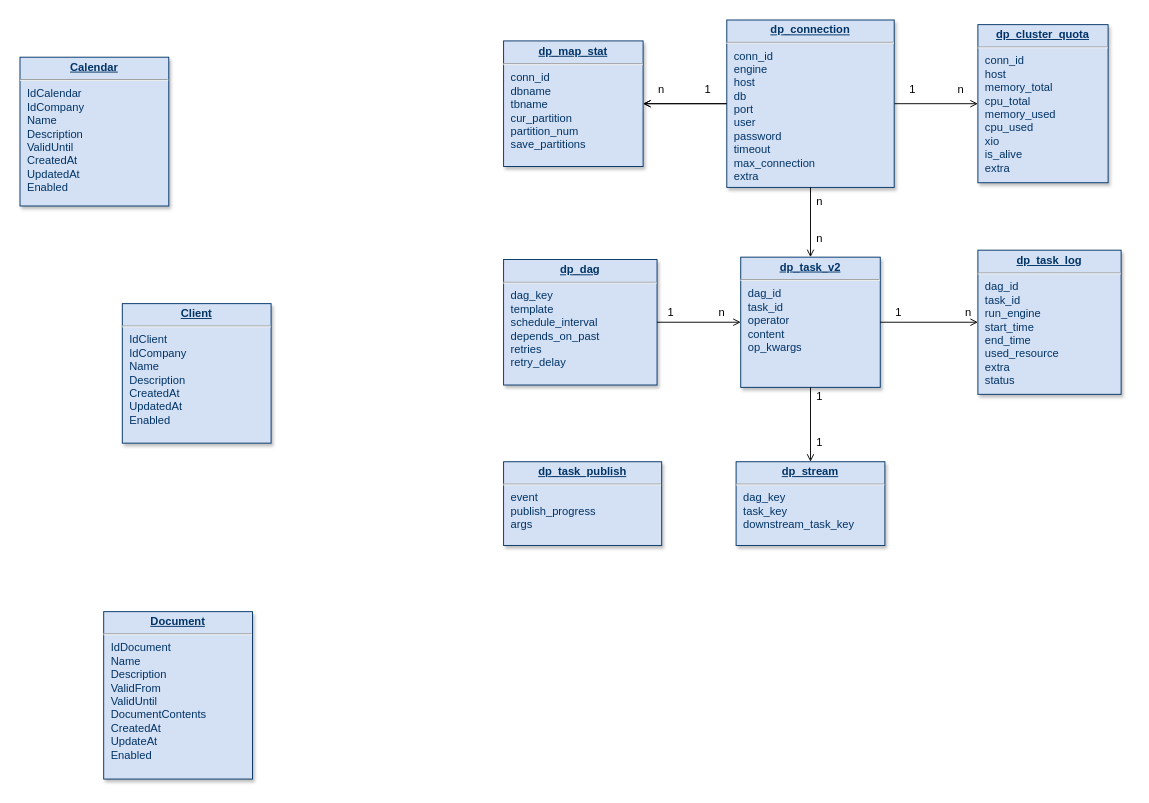
Earlier version of the draw.io diagram db_v2.drawio (cicelprg/drawio). Source tidied: cells renumbered, new cells numbered last; positions are measured from the earlier drawing's top-left corner, leaving out a move shared by most shapes. Both pictures are drawn from the tidied source at 93%, with x=0, y=0 at pixel (20, 20).
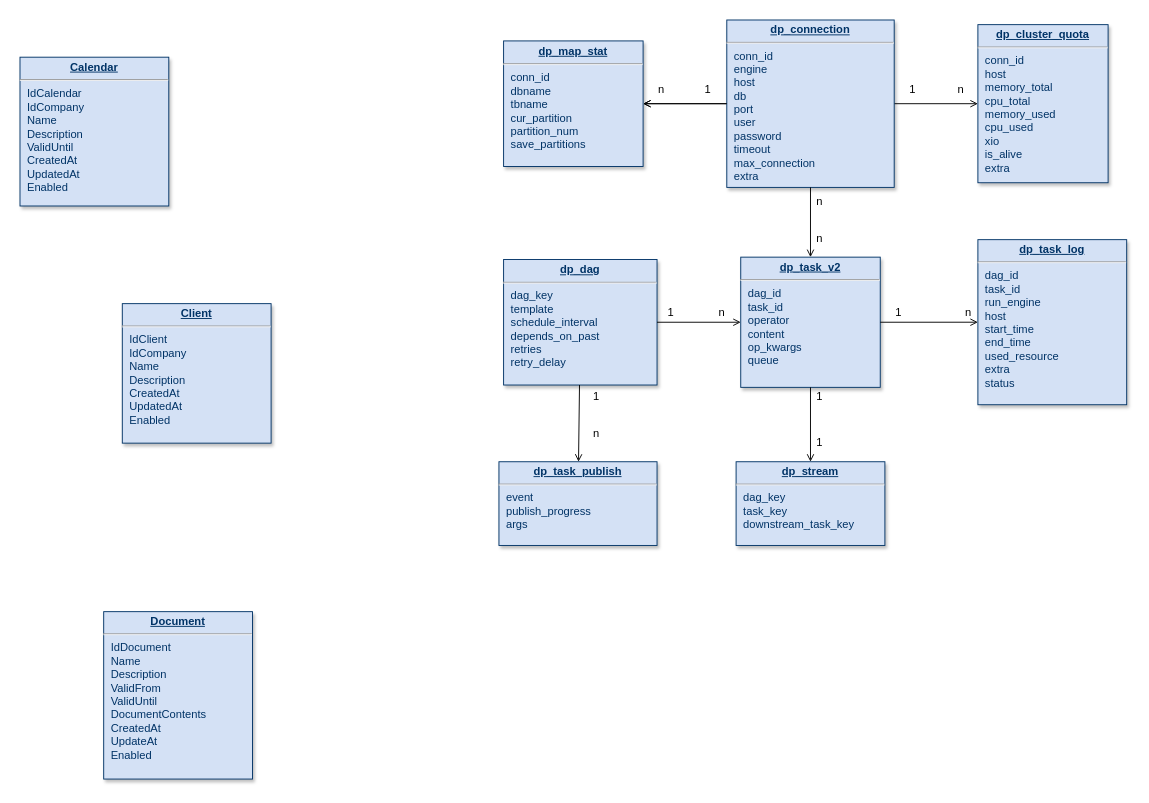
Above is the later version.

Unchanged cells that the change refers to:
```xml
<mxCell id="8" value="&lt;p style=&quot;margin: 0px ; margin-top: 4px ; text-align: center ; text-decoration: underline&quot;&gt;&lt;b&gt;dp_dag&lt;/b&gt;&lt;/p&gt;&lt;hr&gt;&lt;p style=&quot;margin: 0px ; margin-left: 8px&quot;&gt;dag_key&lt;br&gt;&lt;/p&gt;&lt;p style=&quot;margin: 0px ; margin-left: 8px&quot;&gt;template&lt;br&gt;&lt;/p&gt;&lt;p style=&quot;margin: 0px ; margin-left: 8px&quot;&gt;schedule_interval&lt;br&gt;&lt;/p&gt;&lt;p style=&quot;margin: 0px ; margin-left: 8px&quot;&gt;depends_on_past&lt;br&gt;&lt;/p&gt;&lt;p style=&quot;margin: 0px ; margin-left: 8px&quot;&gt;retries&lt;br&gt;&lt;/p&gt;&lt;p style=&quot;margin: 0px ; margin-left: 8px&quot;&gt;retry_delay&lt;br&gt;&lt;/p&gt;" style="verticalAlign=top;align=left;overflow=fill;fontSize=12;fontFamily=Helvetica;html=1;strokeColor=#003366;shadow=1;fillColor=#D4E1F5;fontColor=#003366;" parent="1" vertex="1">
  <mxGeometry x="520" y="257.5" width="165" height="135" as="geometry" />
</mxCell>
```

What changed in the source:
```diff
@@
-    <mxCell id="9" value="&lt;p style=&quot;margin: 0px ; margin-top: 4px ; text-align: center ; text-decoration: underline&quot;&gt;&lt;b&gt;dp_task_log&lt;/b&gt;&lt;/p&gt;&lt;hr&gt;&lt;p style=&quot;margin: 0px ; margin-left: 8px&quot;&gt;dag_id&lt;/p&gt;&lt;p style=&quot;margin: 0px ; margin-left: 8px&quot;&gt;task_id&lt;/p&gt;&lt;p style=&quot;margin: 0px ; margin-left: 8px&quot;&gt;run_engine&lt;br&gt;&lt;/p&gt;&lt;p style=&quot;margin: 0px ; margin-left: 8px&quot;&gt;start_time&lt;/p&gt;&lt;p style=&quot;margin: 0px ; margin-left: 8px&quot;&gt;end_time&lt;/p&gt;&lt;p style=&quot;margin: 0px ; margin-left: 8px&quot;&gt;used_resource&lt;/p&gt;&lt;p style=&quot;margin: 0px ; margin-left: 8px&quot;&gt;extra&lt;/p&gt;&lt;p style=&quot;margin: 0px ; margin-left: 8px&quot;&gt;status&lt;/p&gt;&lt;p style=&quot;margin: 0px ; margin-left: 8px&quot;&gt;&lt;br&gt;&lt;/p&gt;" style="verticalAlign=top;align=left;overflow=fill;fontSize=12;fontFamily=Helvetica;html=1;strokeColor=#003366;shadow=1;fillColor=#D4E1F5;fontColor=#003366;" parent="1" vertex="1">
-      <mxGeometry x="1030" y="247.5" width="154" height="155" as="geometry" />
+    <mxCell id="9" value="&lt;p style=&quot;margin: 0px ; margin-top: 4px ; text-align: center ; text-decoration: underline&quot;&gt;&lt;b&gt;dp_task_log&lt;/b&gt;&lt;/p&gt;&lt;hr&gt;&lt;p style=&quot;margin: 0px ; margin-left: 8px&quot;&gt;dag_id&lt;/p&gt;&lt;p style=&quot;margin: 0px ; margin-left: 8px&quot;&gt;task_id&lt;/p&gt;&lt;p style=&quot;margin: 0px ; margin-left: 8px&quot;&gt;run_engine&lt;br&gt;&lt;/p&gt;&lt;p style=&quot;margin: 0px ; margin-left: 8px&quot;&gt;host&lt;/p&gt;&lt;p style=&quot;margin: 0px ; margin-left: 8px&quot;&gt;start_time&lt;/p&gt;&lt;p style=&quot;margin: 0px ; margin-left: 8px&quot;&gt;end_time&lt;/p&gt;&lt;p style=&quot;margin: 0px ; margin-left: 8px&quot;&gt;used_resource&lt;/p&gt;&lt;p style=&quot;margin: 0px ; margin-left: 8px&quot;&gt;extra&lt;/p&gt;&lt;p style=&quot;margin: 0px ; margin-left: 8px&quot;&gt;status&lt;/p&gt;&lt;p style=&quot;margin: 0px ; margin-left: 8px&quot;&gt;&lt;br&gt;&lt;/p&gt;" style="verticalAlign=top;align=left;overflow=fill;fontSize=12;fontFamily=Helvetica;html=1;strokeColor=#003366;shadow=1;fillColor=#D4E1F5;fontColor=#003366;" parent="1" vertex="1">
+      <mxGeometry x="1030" y="236.2" width="160" height="177.5" as="geometry" />
     </mxCell>
@@
     <mxCell id="11" value="&lt;p style=&quot;margin: 0px ; margin-top: 4px ; text-align: center ; text-decoration: underline&quot;&gt;&lt;b&gt;dp_task_publish&lt;/b&gt;&lt;/p&gt;&lt;hr&gt;&lt;p style=&quot;margin: 0px ; margin-left: 8px&quot;&gt;event&lt;/p&gt;&lt;p style=&quot;margin: 0px ; margin-left: 8px&quot;&gt;publish_progress&lt;/p&gt;&lt;p style=&quot;margin: 0px ; margin-left: 8px&quot;&gt;args&lt;/p&gt;&lt;p style=&quot;margin: 0px ; margin-left: 8px&quot;&gt;&lt;br&gt;&lt;/p&gt;" style="verticalAlign=top;align=left;overflow=fill;fontSize=12;fontFamily=Helvetica;html=1;strokeColor=#003366;shadow=1;fillColor=#D4E1F5;fontColor=#003366;" parent="1" vertex="1">
-      <mxGeometry x="520" y="475" width="170" height="90" as="geometry" />
+      <mxGeometry x="515" y="475" width="170" height="90" as="geometry" />
     </mxCell>
-    <mxCell id="12" value="&lt;p style=&quot;margin: 0px ; margin-top: 4px ; text-align: center ; text-decoration: underline&quot;&gt;&lt;b&gt;dp_task_v2&lt;/b&gt;&lt;/p&gt;&lt;hr&gt;&lt;p style=&quot;margin: 0px ; margin-left: 8px&quot;&gt;&lt;span&gt;dag_id&lt;/span&gt;&lt;br&gt;&lt;/p&gt;&lt;p style=&quot;margin: 0px ; margin-left: 8px&quot;&gt;task_id&lt;/p&gt;&lt;p style=&quot;margin: 0px ; margin-left: 8px&quot;&gt;&lt;span&gt;operator&lt;/span&gt;&lt;/p&gt;&lt;p style=&quot;margin: 0px ; margin-left: 8px&quot;&gt;content&lt;br&gt;&lt;/p&gt;&lt;p style=&quot;margin: 0px ; margin-left: 8px&quot;&gt;op_kwargs&lt;/p&gt;&lt;p style=&quot;margin: 0px ; margin-left: 8px&quot;&gt;&lt;br&gt;&lt;/p&gt;&lt;p style=&quot;margin: 0px ; margin-left: 8px&quot;&gt;&lt;br&gt;&lt;/p&gt;" style="verticalAlign=top;align=left;overflow=fill;fontSize=12;fontFamily=Helvetica;html=1;strokeColor=#003366;shadow=1;fillColor=#D4E1F5;fontColor=#003366;" parent="1" vertex="1">
+    <mxCell id="12" value="&lt;p style=&quot;margin: 0px ; margin-top: 4px ; text-align: center ; text-decoration: underline&quot;&gt;&lt;b&gt;dp_task_v2&lt;/b&gt;&lt;/p&gt;&lt;hr&gt;&lt;p style=&quot;margin: 0px ; margin-left: 8px&quot;&gt;&lt;span&gt;dag_id&lt;/span&gt;&lt;br&gt;&lt;/p&gt;&lt;p style=&quot;margin: 0px ; margin-left: 8px&quot;&gt;task_id&lt;/p&gt;&lt;p style=&quot;margin: 0px ; margin-left: 8px&quot;&gt;&lt;span&gt;operator&lt;/span&gt;&lt;/p&gt;&lt;p style=&quot;margin: 0px ; margin-left: 8px&quot;&gt;content&lt;br&gt;&lt;/p&gt;&lt;p style=&quot;margin: 0px ; margin-left: 8px&quot;&gt;op_kwargs&lt;/p&gt;&lt;p style=&quot;margin: 0px ; margin-left: 8px&quot;&gt;queue&lt;/p&gt;&lt;p style=&quot;margin: 0px ; margin-left: 8px&quot;&gt;&lt;br&gt;&lt;/p&gt;&lt;p style=&quot;margin: 0px ; margin-left: 8px&quot;&gt;&lt;br&gt;&lt;/p&gt;" style="verticalAlign=top;align=left;overflow=fill;fontSize=12;fontFamily=Helvetica;html=1;strokeColor=#003366;shadow=1;fillColor=#D4E1F5;fontColor=#003366;" parent="1" vertex="1">
       <mxGeometry x="775" y="255" width="150" height="140" as="geometry" />
     </mxCell>
@@
+    <mxCell id="32" style="endArrow=open;html=1;rounded=1;endFill=0;" parent="1" edge="1" source="8" target="11">
+      <mxGeometry relative="1" as="geometry" />
+    </mxCell>
+    <mxCell id="33" value="1" style="text;html=1;strokeColor=none;fillColor=none;align=center;verticalAlign=middle;whiteSpace=wrap;rounded=0;" parent="1" vertex="1">
+      <mxGeometry x="600" y="395" width="40" height="20" as="geometry" />
+    </mxCell>
+    <mxCell id="34" value="n" style="text;html=1;strokeColor=none;fillColor=none;align=center;verticalAlign=middle;whiteSpace=wrap;rounded=0;" parent="1" vertex="1">
+      <mxGeometry x="600" y="435" width="40" height="20" as="geometry" />
+    </mxCell>
```
